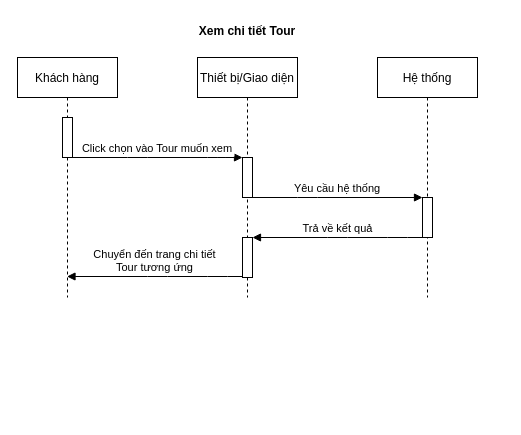
This is Drawio/Xem_chi_tiet_tour.drawio from LuanMinhNguyen/nhom2thuctapchuyennganh, a draw.io file, before an edit. Source tidied: cells renumbered, new cells numbered last; positions are measured from the earlier drawing's top-left corner, leaving out a move shared by most shapes. Both pictures are drawn from the tidied source at 100%, with x=0, y=0 at pixel (17, 17).
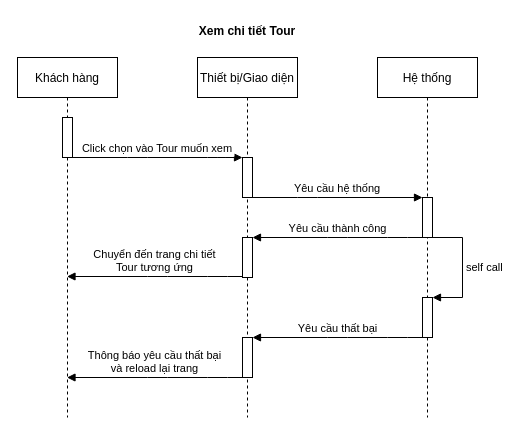
The same diagram, later.

Unchanged cells that the change refers to:
```xml
<mxCell id="8" style="points=[];perimeter=orthogonalPerimeter;rounded=0;shadow=0;strokeWidth=1;" parent="7" vertex="1">
  <mxGeometry x="45" y="140" width="10" height="40" as="geometry" />
</mxCell>
<mxCell id="11" style="points=[];perimeter=orthogonalPerimeter;rounded=0;shadow=0;strokeWidth=1;" parent="1" vertex="1">
  <mxGeometry x="225" y="220" width="10" height="40" as="geometry" />
</mxCell>
```

Diff of the diagram source:
```diff
@@
     <mxCell id="2" value="Khách hàng" style="shape=umlLifeline;perimeter=lifelinePerimeter;rounded=0;shadow=0;strokeWidth=1;" parent="1" vertex="1">
-      <mxGeometry y="40" width="100" height="240" as="geometry" />
+      <mxGeometry y="40" width="100" height="360" as="geometry" />
     </mxCell>
@@
     <mxCell id="4" value="Thiết bị/Giao diện" style="shape=umlLifeline;perimeter=lifelinePerimeter;rounded=0;shadow=0;strokeWidth=1;" parent="1" vertex="1">
-      <mxGeometry x="180" y="40" width="100" height="240" as="geometry" />
+      <mxGeometry x="180" y="40" width="100" height="360" as="geometry" />
     </mxCell>
@@
     <mxCell id="7" value="Hệ thống" style="shape=umlLifeline;perimeter=lifelinePerimeter;rounded=0;shadow=0;strokeWidth=1;" parent="1" vertex="1">
-      <mxGeometry x="360" y="40" width="100" height="240" as="geometry" />
+      <mxGeometry x="360" y="40" width="100" height="360" as="geometry" />
     </mxCell>
@@
-    <mxCell id="10" value="Trả về kết quả" style="html=1;verticalAlign=bottom;endArrow=block;" parent="1" edge="1" source="8" target="11">
+    <mxCell id="10" value="Yêu cầu thành công" style="html=1;verticalAlign=bottom;endArrow=block;" parent="1" edge="1" source="8" target="11">
       <mxGeometry relative="1" as="geometry">
         <Array as="points">
           <mxPoint x="380" y="220" />
           <mxPoint x="320" y="220" />
         </Array>
       </mxGeometry>
     </mxCell>
@@
+    <mxCell id="14" style="html=1;points=[];perimeter=orthogonalPerimeter;" parent="1" vertex="1">
+      <mxGeometry x="405" y="280" width="10" height="40" as="geometry" />
+    </mxCell>
+    <mxCell id="15" value="self call" style="edgeStyle=orthogonalEdgeStyle;html=1;align=left;spacingLeft=2;endArrow=block;rounded=0;entryX=1;entryY=0;" parent="1" edge="1" target="14">
+      <mxGeometry relative="1" as="geometry">
+        <mxPoint x="415" y="220" as="sourcePoint" />
+        <Array as="points">
+          <mxPoint x="445" y="220" />
+        </Array>
+      </mxGeometry>
+    </mxCell>
+    <mxCell id="16" value="Yêu cầu thất bại" style="html=1;verticalAlign=bottom;endArrow=block;" parent="1" edge="1">
+      <mxGeometry relative="1" as="geometry">
+        <mxPoint x="405" y="320" as="sourcePoint" />
+        <mxPoint x="235" y="320" as="targetPoint" />
+        <Array as="points">
+          <mxPoint x="380" y="320" />
+          <mxPoint x="320" y="320" />
+        </Array>
+      </mxGeometry>
+    </mxCell>
+    <mxCell id="17" value="Thông báo yêu cầu thất bại&lt;br&gt;và reload lại trang" style="html=1;verticalAlign=bottom;endArrow=block;" parent="1" edge="1">
+      <mxGeometry relative="1" as="geometry">
+        <mxPoint x="225" y="360" as="sourcePoint" />
+        <mxPoint x="49.5" y="360" as="targetPoint" />
+        <Array as="points">
+          <mxPoint x="200" y="360" />
+          <mxPoint x="140" y="360" />
+        </Array>
+      </mxGeometry>
+    </mxCell>
+    <mxCell id="18" style="perimeter=orthogonalPerimeter;rounded=0;shadow=0;strokeWidth=1;" parent="1" vertex="1">
+      <mxGeometry x="225" y="320" width="10" height="40" as="geometry" />
+    </mxCell>
```
